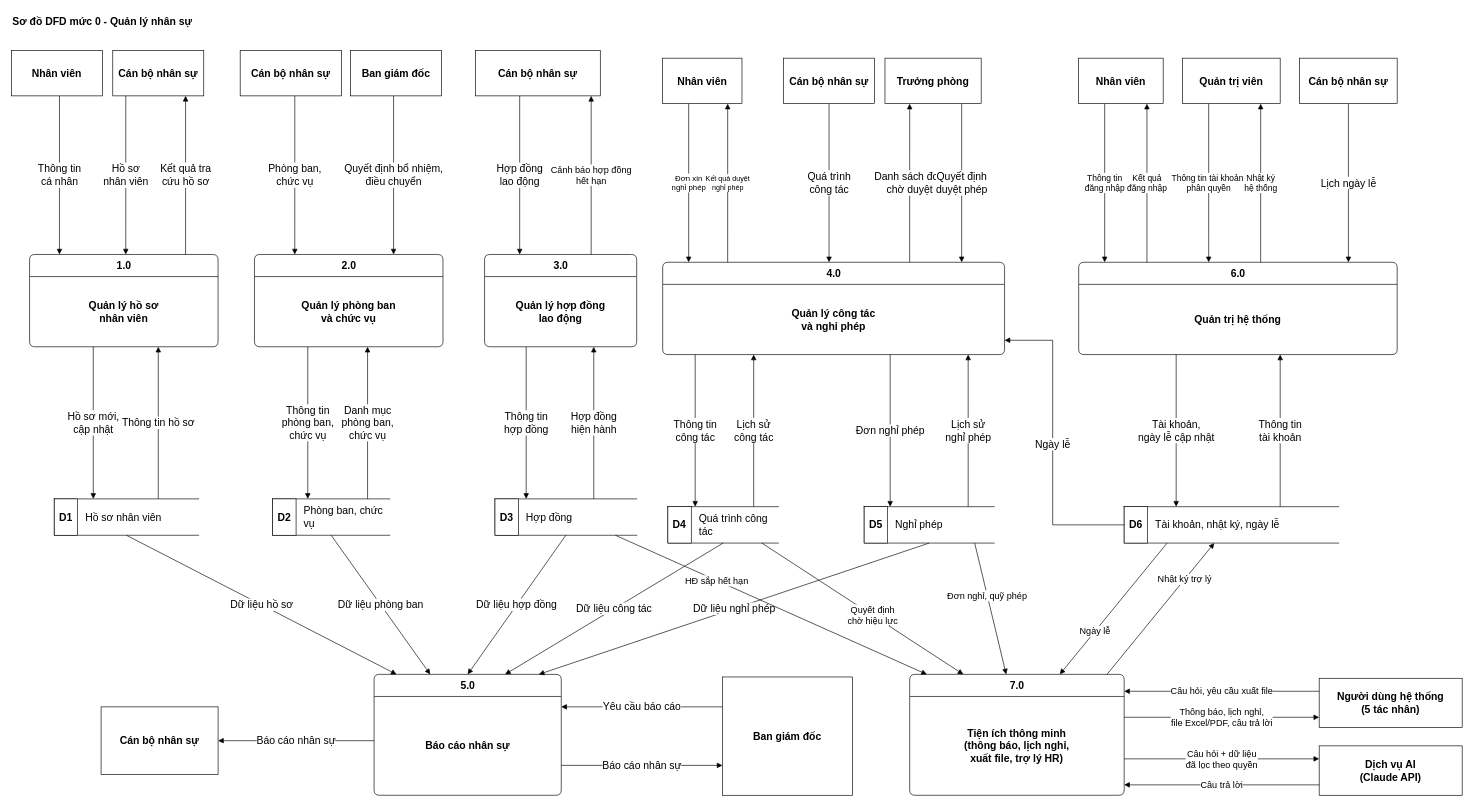
The draw.io diagram page "DFD muc 0" (3 of 10) of diagrams/bfd-dfd.drawio in ninhduo263/human-resource-management-system, before the edit. Source tidied: cells renumbered, new cells numbered last; positions are measured from the earlier drawing's top-left corner, leaving out a move shared by most shapes. Both pictures are drawn from the tidied source at 65%, with x=0, y=0 at pixel (11, 11).
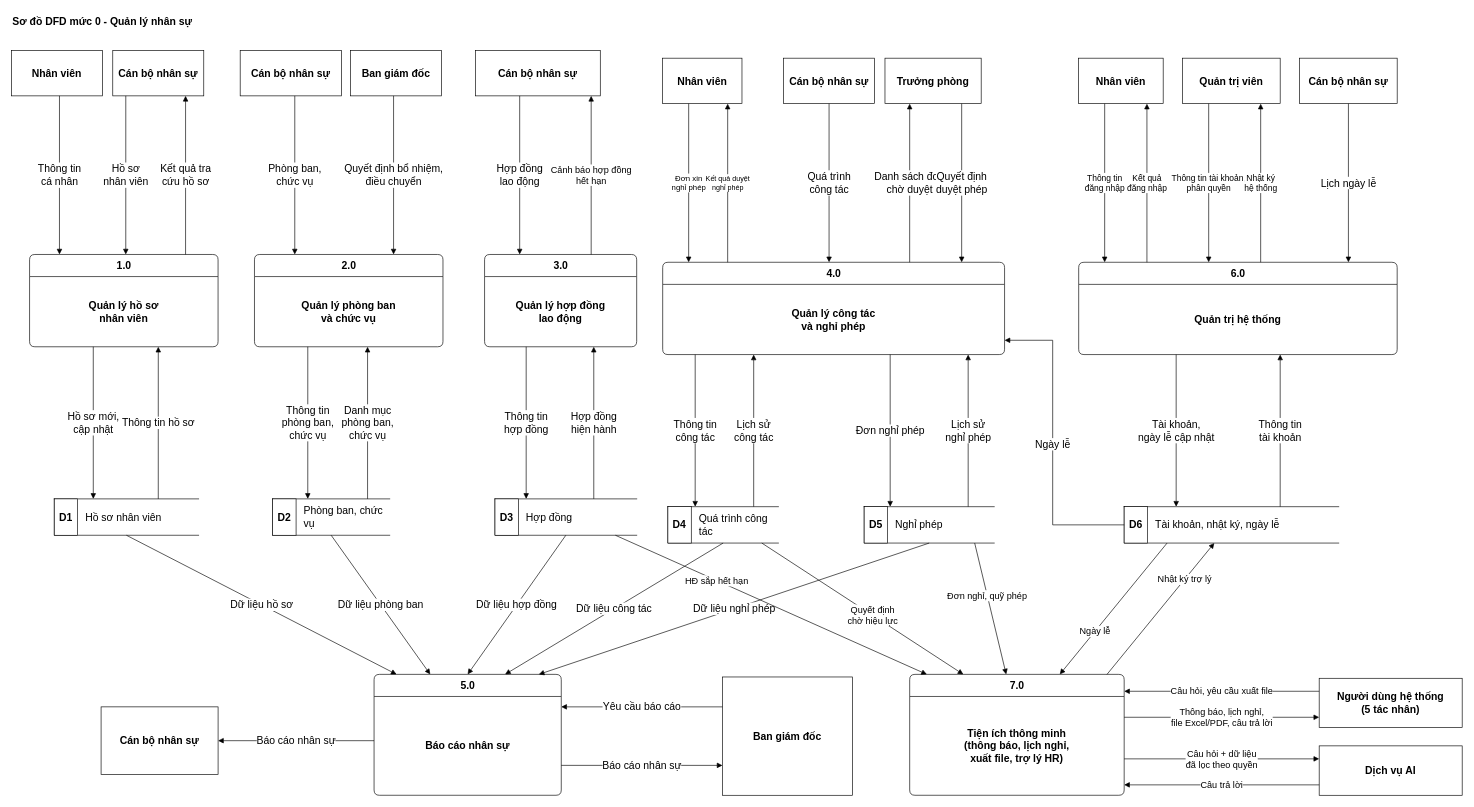
The same diagram, later.

The edit, as a diff of the source:
```diff
@@
-    <mxCell id="81" value="Dịch vụ AI&#10;(Claude API)" style="rounded=0;whiteSpace=wrap;html=1;fontStyle=1;fontSize=16;strokeColor=#000000;fillColor=#FFFFFF;fontFamily=Helvetica;" parent="1" vertex="1">
+    <mxCell id="81" value="Dịch vụ AI" style="rounded=0;whiteSpace=wrap;html=1;fontStyle=1;fontSize=16;strokeColor=#000000;fillColor=#FFFFFF;fontFamily=Helvetica;" parent="1" vertex="1">
       <mxGeometry x="2012" y="1130" width="220" height="76" as="geometry" />
     </mxCell>
```
